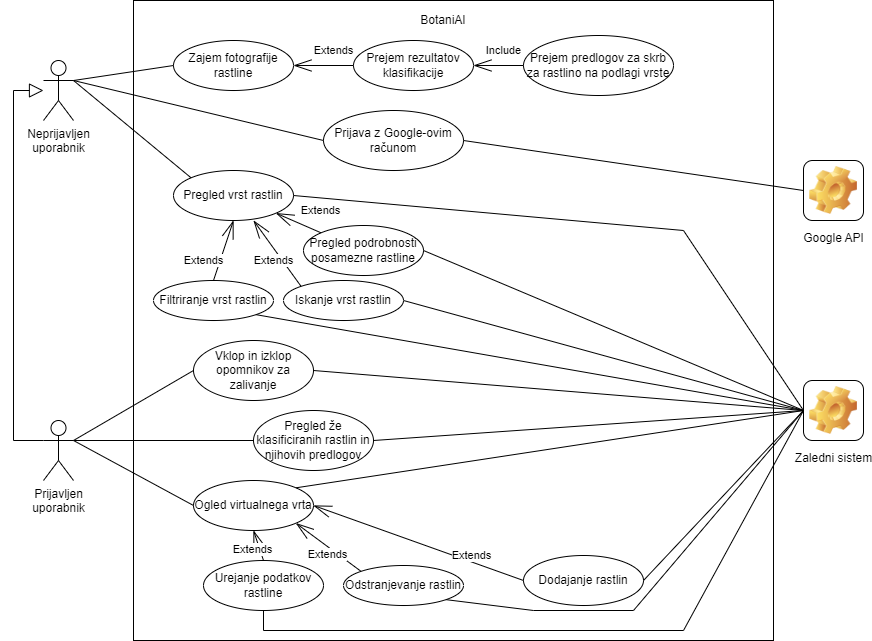
This is Documentation/BotaniAI_UC_DPU.png from zala-lahovnik/BotaniAI, a draw.io export, as it was before one commit. Source tidied: cells renumbered, new cells last; positions are measured from the earlier drawing's top-left corner, leaving out a move shared by most shapes.
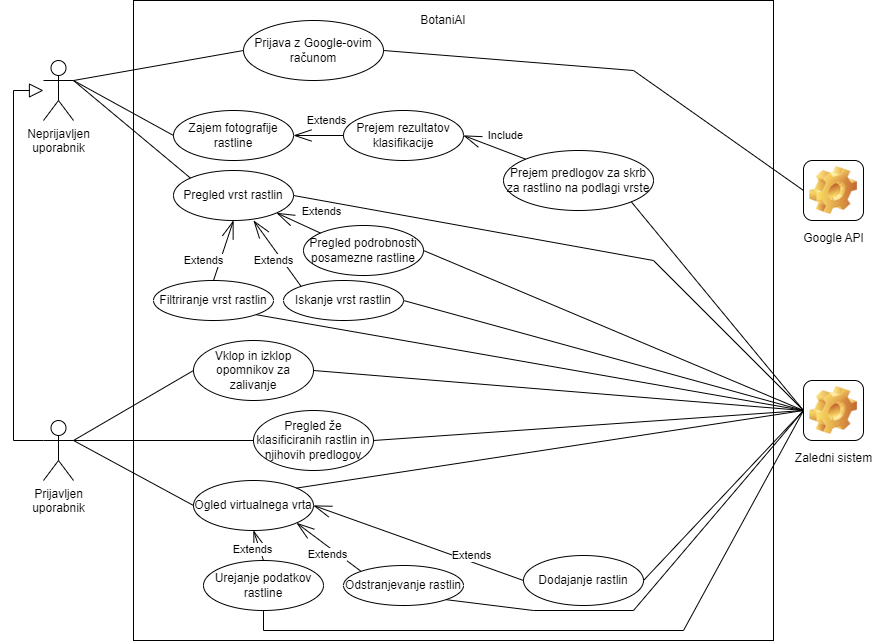
After the change.

Commit message:
docs: updated use case diagram

Diff of the diagram source:
```diff
@@ -26,10 +26,10 @@
       </mxGeometry>
     </mxCell>
     <mxCell id="8" value="Zajem fotografije rastline" style="ellipse;whiteSpace=wrap;html=1;" parent="1" vertex="1">
-      <mxGeometry x="160" y="40" width="120" height="50" as="geometry" />
+      <mxGeometry x="160" y="110" width="120" height="50" as="geometry" />
     </mxCell>
     <mxCell id="9" value="Prejem rezultatov klasifikacije" style="ellipse;whiteSpace=wrap;html=1;" parent="1" vertex="1">
-      <mxGeometry x="340" y="40" width="120" height="50" as="geometry" />
+      <mxGeometry x="330" y="110" width="120" height="50" as="geometry" />
     </mxCell>
     <mxCell id="10" value="Extends" style="endArrow=openThin;endSize=16;endFill=0;html=1;rounded=0;exitX=0;exitY=0.5;exitDx=0;exitDy=0;entryX=1;entryY=0.5;entryDx=0;entryDy=0;jumpSize=3;" parent="1" edge="1" source="9" target="8">
       <mxGeometry x="-0.33" y="-15" relative="1" as="geometry" />
@@ -38,9 +38,9 @@
       <mxGeometry relative="1" as="geometry" />
     </mxCell>
     <mxCell id="12" value="Prejem predlogov za skrb za rastlino na podlagi vrste" style="ellipse;whiteSpace=wrap;html=1;" parent="1" vertex="1">
-      <mxGeometry x="510" y="35" width="150" height="60" as="geometry" />
+      <mxGeometry x="490" y="150" width="150" height="60" as="geometry" />
     </mxCell>
-    <mxCell id="13" value="Include" style="endArrow=openThin;endSize=16;endFill=0;html=1;rounded=0;exitX=0;exitY=0.5;exitDx=0;exitDy=0;entryX=1;entryY=0.5;entryDx=0;entryDy=0;jumpSize=3;" parent="1" edge="1" source="12" target="9">
+    <mxCell id="13" value="Include" style="endArrow=openThin;endSize=16;endFill=0;html=1;rounded=0;exitX=0;exitY=0;exitDx=0;exitDy=0;entryX=1;entryY=0.5;entryDx=0;entryDy=0;jumpSize=3;" parent="1" edge="1" source="12" target="9">
       <mxGeometry x="-0.2" y="-15" relative="1" as="geometry" />
     </mxCell>
     <mxCell id="14" value="Pregled že klasificiranih rastlin in njihovih predlogov" style="ellipse;whiteSpace=wrap;html=1;" parent="1" vertex="1">
@@ -101,7 +101,7 @@
       <mxGeometry x="-0.09" y="7" relative="1" as="geometry" />
     </mxCell>
     <mxCell id="33" value="Prijava z Google-ovim računom" style="ellipse;whiteSpace=wrap;html=1;" parent="1" vertex="1">
-      <mxGeometry x="310" y="110" width="140" height="60" as="geometry" />
+      <mxGeometry x="230" y="20" width="140" height="60" as="geometry" />
     </mxCell>
     <mxCell id="34" style="endArrow=none;html=1;rounded=0;exitX=1;exitY=0.3333333333333333;exitDx=0;exitDy=0;exitPerimeter=0;entryX=0;entryY=0.5;entryDx=0;entryDy=0;" parent="1" edge="1" source="3" target="33">
       <mxGeometry relative="1" as="geometry" />
@@ -113,12 +113,16 @@
       <mxGeometry relative="1" as="geometry" />
     </mxCell>
     <mxCell id="37" style="endArrow=none;html=1;rounded=0;exitX=1;exitY=0.5;exitDx=0;exitDy=0;entryX=0;entryY=0.5;entryDx=0;entryDy=0;" parent="1" edge="1" source="33" target="5">
-      <mxGeometry relative="1" as="geometry" />
+      <mxGeometry relative="1" as="geometry">
+        <Array as="points">
+          <mxPoint x="620" y="70" />
+        </Array>
+      </mxGeometry>
     </mxCell>
     <mxCell id="38" style="endArrow=none;html=1;rounded=0;exitX=1;exitY=0.5;exitDx=0;exitDy=0;entryX=0;entryY=0.5;entryDx=0;entryDy=0;" parent="1" edge="1" source="15" target="6">
       <mxGeometry relative="1" as="geometry">
         <Array as="points">
-          <mxPoint x="670" y="230" />
+          <mxPoint x="640" y="260" />
         </Array>
       </mxGeometry>
     </mxCell>
@@ -159,5 +163,8 @@
         </Array>
       </mxGeometry>
     </mxCell>
+    <mxCell id="48" style="endArrow=none;html=1;rounded=0;exitX=1;exitY=1;exitDx=0;exitDy=0;entryX=0;entryY=0.5;entryDx=0;entryDy=0;" parent="1" edge="1" source="12" target="6">
+      <mxGeometry relative="1" as="geometry" />
+    </mxCell>
   </root>
 </mxGraphModel>
```
